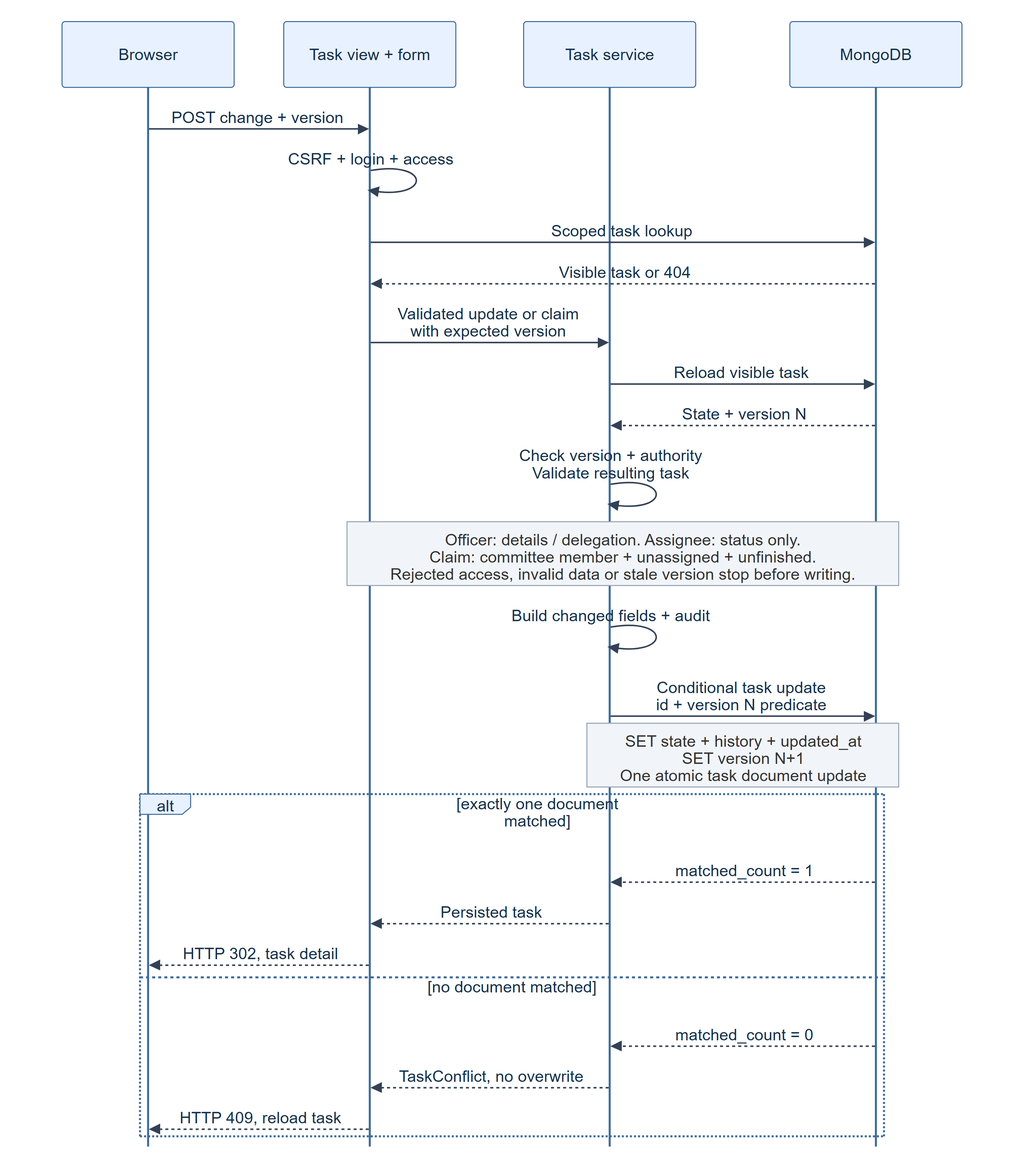
Before: docs/diagrams/task-mutations.png, a diagram exported from Mermaid (aayowole1/Software-Eng). Its source is kept beside it as docs/diagrams/task-mutations.mmd.
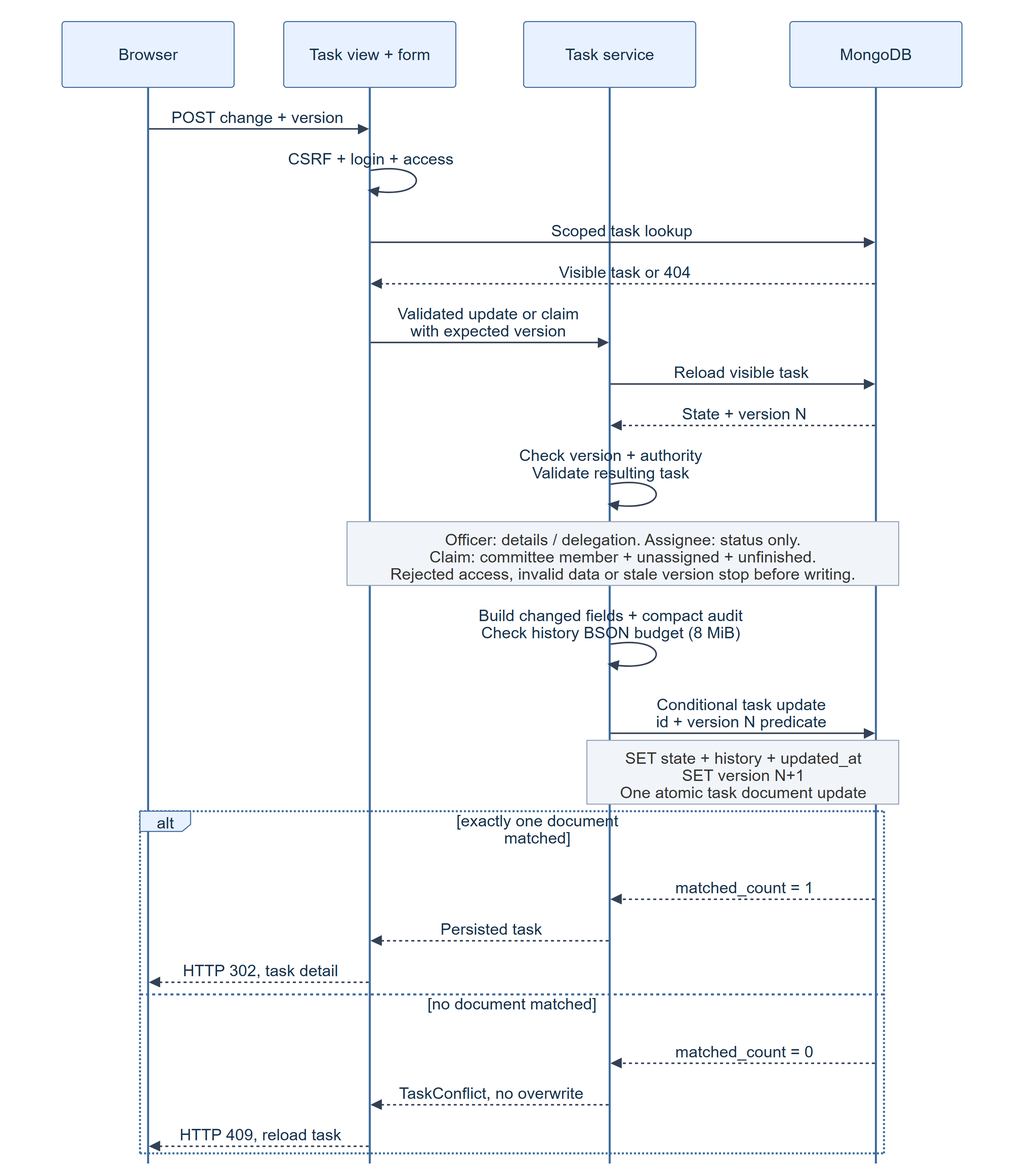
The same diagram one commit later.

Commit message:
Refresh current handoff diagrams for final recovery and audit contracts

The edit, as a diff of the source:
```diff
@@ -15,7 +15,7 @@
 
     S->>S: Check version + authority<br/>Validate resulting task
     Note over V,M: Officer: details / delegation. Assignee: status only.<br/>Claim: committee member + unassigned + unfinished.<br/>Rejected access, invalid data or stale version stop before writing.
-    S->>S: Build changed fields + audit
+    S->>S: Build changed fields + compact audit<br/>Check history BSON budget (8 MiB)
     S->>M: Conditional task update<br/>id + version N predicate
     Note over S,M: SET state + history + updated_at<br/>SET version N+1<br/>One atomic task document update
     alt exactly one document matched
```
